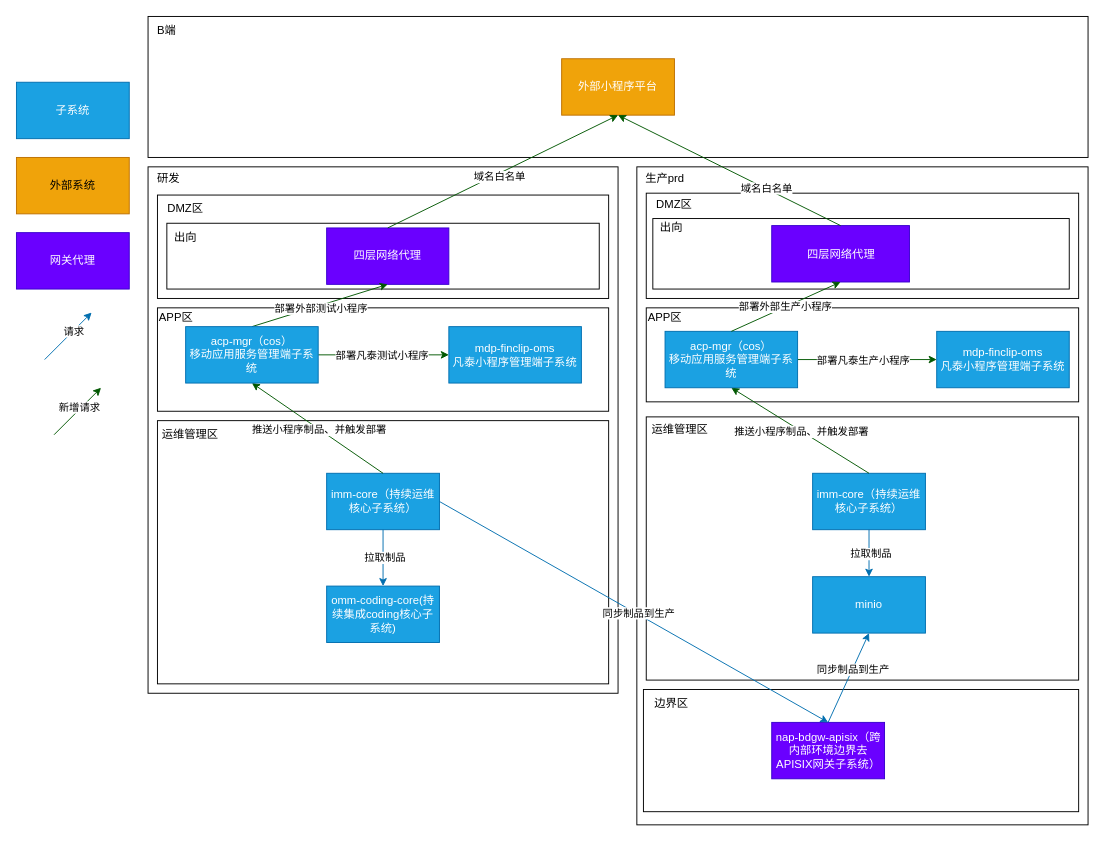
The draw.io diagram 小程序发布部署架构图-生产有C端专区--发ptl finclip--生产cos.drawio in lao-chengyong/-, before the edit. Source tidied: cells renumbered, new cells numbered last; positions are measured from the earlier drawing's top-left corner, leaving out a move shared by most shapes. Both pictures are drawn from the tidied source at 94%, with x=0, y=0 at pixel (16, 16).
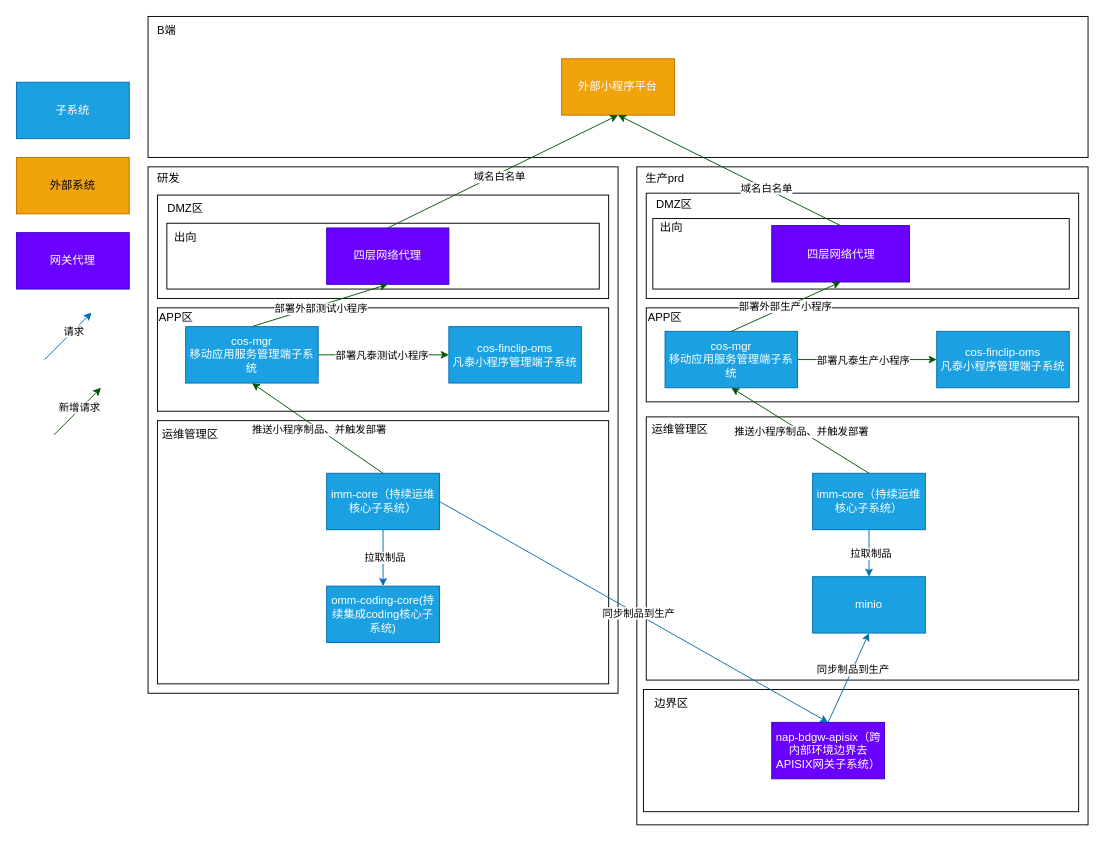
Above is the later version.

Commit message:
更新小程序发布部署架构图-生产有C端专区--发ptl finclip--生产cos.drawio

The edit, as a diff of the source:
```diff
@@
-    <mxCell id="23" value="mdp-finclip-oms&lt;br&gt;凡泰小程序管理端子系统" style="rounded=0;whiteSpace=wrap;html=1;fillColor=#1ba1e2;fontColor=#ffffff;strokeColor=#006EAF;" parent="1" vertex="1">
+    <mxCell id="23" value="cos-finclip-oms&lt;br&gt;凡泰小程序管理端子系统" style="rounded=0;whiteSpace=wrap;html=1;fillColor=#1ba1e2;fontColor=#ffffff;strokeColor=#006EAF;" parent="1" vertex="1">
       <mxGeometry x="979" y="335" width="141" height="60" as="geometry" />
     </mxCell>
@@
-    <mxCell id="55" value="mdp-finclip-oms&lt;br&gt;凡泰小程序管理端子系统" style="rounded=0;whiteSpace=wrap;html=1;fillColor=#1ba1e2;fontColor=#ffffff;strokeColor=#006EAF;" parent="1" vertex="1">
+    <mxCell id="55" value="cos-finclip-oms&lt;br&gt;凡泰小程序管理端子系统" style="rounded=0;whiteSpace=wrap;html=1;fillColor=#1ba1e2;fontColor=#ffffff;strokeColor=#006EAF;" parent="1" vertex="1">
       <mxGeometry x="460" y="330" width="141" height="60" as="geometry" />
     </mxCell>
@@
-    <mxCell id="60" value="acp-mgr（cos）&lt;br&gt;移动应用服务管理端子系统" style="rounded=0;whiteSpace=wrap;html=1;fillColor=#1ba1e2;fontColor=#ffffff;strokeColor=#006EAF;" parent="1" vertex="1">
+    <mxCell id="60" value="cos-mgr&lt;br&gt;移动应用服务管理端子系统" style="rounded=0;whiteSpace=wrap;html=1;fillColor=#1ba1e2;fontColor=#ffffff;strokeColor=#006EAF;" parent="1" vertex="1">
       <mxGeometry x="690" y="335" width="141" height="60" as="geometry" />
     </mxCell>
@@
-    <mxCell id="69" value="acp-mgr（cos）&lt;br&gt;移动应用服务管理端子系统" style="rounded=0;whiteSpace=wrap;html=1;fillColor=#1ba1e2;fontColor=#ffffff;strokeColor=#006EAF;" parent="1" vertex="1">
+    <mxCell id="69" value="cos-mgr&lt;br&gt;移动应用服务管理端子系统" style="rounded=0;whiteSpace=wrap;html=1;fillColor=#1ba1e2;fontColor=#ffffff;strokeColor=#006EAF;" parent="1" vertex="1">
       <mxGeometry x="180" y="330" width="141" height="60" as="geometry" />
     </mxCell>
```
